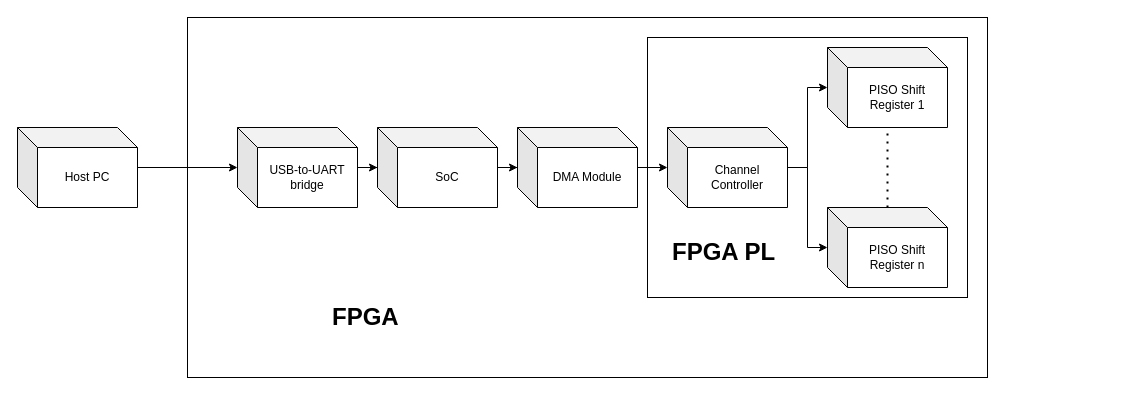
Above: FirmwareFigure.drawio in btao732/ECE492 (draw.io), before the change. Source tidied: cells renumbered, new cells numbered last; positions are measured from the earlier drawing's top-left corner, leaving out a move shared by most shapes. Both pictures are drawn from the tidied source at 100%, with x=0, y=0 at pixel (17, 17).
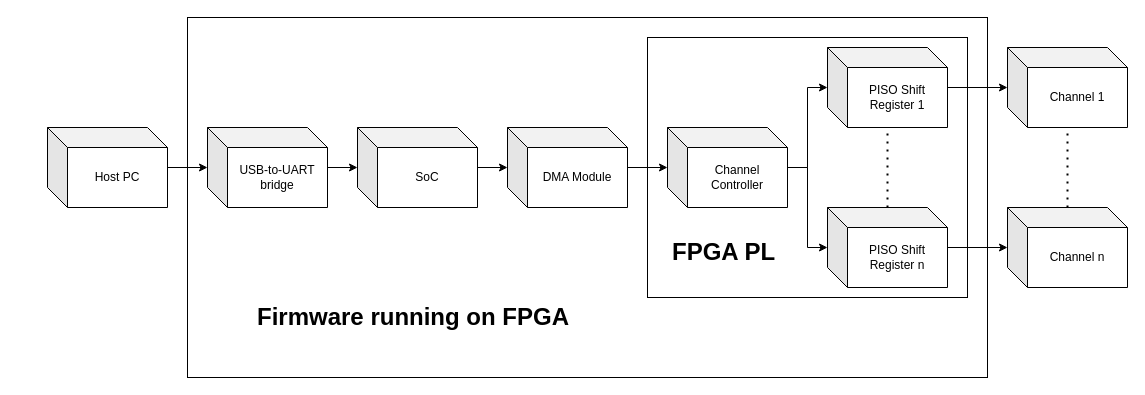
The same diagram, later.

The change refers to these unchanged cells:
```xml
<mxCell id="13" value="PISO Shift Register n" style="shape=cube;whiteSpace=wrap;html=1;boundedLbl=1;backgroundOutline=1;darkOpacity=0.05;darkOpacity2=0.1;" parent="1" vertex="1">
  <mxGeometry x="810" y="190" width="120" height="80" as="geometry" />
</mxCell>
<mxCell id="14" value="PISO Shift Register 1" style="shape=cube;whiteSpace=wrap;html=1;boundedLbl=1;backgroundOutline=1;darkOpacity=0.05;darkOpacity2=0.1;" parent="1" vertex="1">
  <mxGeometry x="810" y="30" width="120" height="80" as="geometry" />
</mxCell>
```

What changed in the source:
```diff
@@
     <mxCell id="5" value="USB-to-UART bridge" style="shape=cube;whiteSpace=wrap;html=1;boundedLbl=1;backgroundOutline=1;darkOpacity=0.05;darkOpacity2=0.1;" parent="1" vertex="1">
-      <mxGeometry x="220" y="110" width="120" height="80" as="geometry" />
+      <mxGeometry x="190" y="110" width="120" height="80" as="geometry" />
     </mxCell>
@@
     <mxCell id="7" value="SoC" style="shape=cube;whiteSpace=wrap;html=1;boundedLbl=1;backgroundOutline=1;darkOpacity=0.05;darkOpacity2=0.1;" parent="1" vertex="1">
-      <mxGeometry x="360" y="110" width="120" height="80" as="geometry" />
+      <mxGeometry x="340" y="110" width="120" height="80" as="geometry" />
     </mxCell>
@@
     <mxCell id="9" value="DMA Module" style="shape=cube;whiteSpace=wrap;html=1;boundedLbl=1;backgroundOutline=1;darkOpacity=0.05;darkOpacity2=0.1;" parent="1" vertex="1">
-      <mxGeometry x="500" y="110" width="120" height="80" as="geometry" />
+      <mxGeometry x="490" y="110" width="120" height="80" as="geometry" />
     </mxCell>
@@
+    <mxCell id="20" style="edgeStyle=orthogonalEdgeStyle;rounded=0;jettySize=auto;html=1;" parent="1" edge="1" source="13" target="23">
+      <mxGeometry relative="1" as="geometry" />
+    </mxCell>
@@
+    <mxCell id="21" style="edgeStyle=orthogonalEdgeStyle;rounded=0;jettySize=auto;html=1;" parent="1" edge="1" source="14" target="22">
+      <mxGeometry relative="1" as="geometry" />
+    </mxCell>
@@
-    <mxCell id="17" value="&lt;h1&gt;FPGA&lt;/h1&gt;" style="text;html=1;strokeColor=none;fillColor=none;spacing=5;spacingTop=-20;whiteSpace=wrap;overflow=hidden;rounded=0;" parent="1" vertex="1">
-      <mxGeometry x="310" y="280" width="170" height="40" as="geometry" />
+    <mxCell id="17" value="&lt;h1&gt;Firmware running on FPGA&lt;/h1&gt;" style="text;html=1;strokeColor=none;fillColor=none;spacing=5;spacingTop=-20;whiteSpace=wrap;overflow=hidden;rounded=0;" parent="1" vertex="1">
+      <mxGeometry x="235" y="280" width="330" height="40" as="geometry" />
     </mxCell>
@@
     <mxCell id="19" value="Host PC" style="shape=cube;whiteSpace=wrap;html=1;boundedLbl=1;backgroundOutline=1;darkOpacity=0.05;darkOpacity2=0.1;" parent="1" vertex="1">
-      <mxGeometry y="110" width="120" height="80" as="geometry" />
+      <mxGeometry x="30" y="110" width="120" height="80" as="geometry" />
     </mxCell>
+    <mxCell id="22" value="Channel 1" style="shape=cube;whiteSpace=wrap;html=1;boundedLbl=1;backgroundOutline=1;darkOpacity=0.05;darkOpacity2=0.1;" parent="1" vertex="1">
+      <mxGeometry x="990" y="30" width="120" height="80" as="geometry" />
+    </mxCell>
+    <mxCell id="23" value="Channel n" style="shape=cube;whiteSpace=wrap;html=1;boundedLbl=1;backgroundOutline=1;darkOpacity=0.05;darkOpacity2=0.1;" parent="1" vertex="1">
+      <mxGeometry x="990" y="190" width="120" height="80" as="geometry" />
+    </mxCell>
+    <mxCell id="24" style="endArrow=none;dashed=1;html=1;dashPattern=1 3;strokeWidth=2;rounded=0;" parent="1" edge="1" source="23" target="22">
+      <mxGeometry relative="1" as="geometry" />
+    </mxCell>
```
